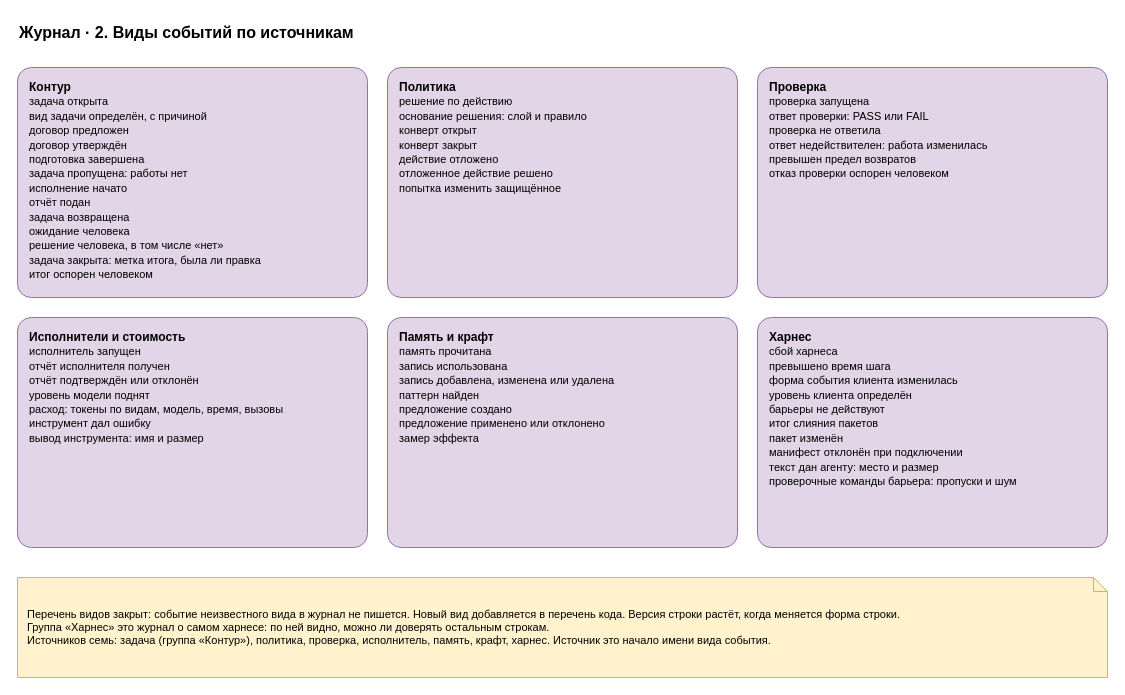
Above: page "2. Виды событий" (2 of 6) of docs/spec/harness-journal.drawio in roygkov/reins (draw.io), before the change. Source tidied: cells renumbered, new cells numbered last; positions are measured from the earlier drawing's top-left corner, leaving out a move shared by most shapes. Both pictures are drawn from the tidied source at 100%, with x=0, y=0 at pixel (17, 17).
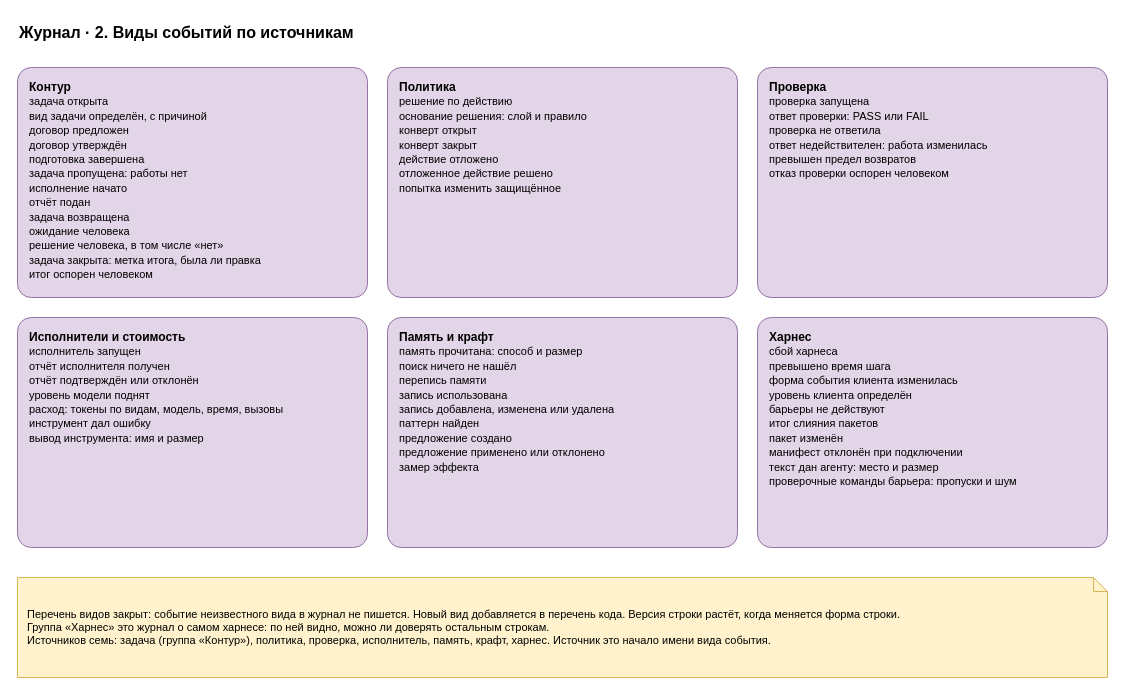
Above is the later version.

What changed in the source:
```diff
@@
 <mxGraphModel>
   <root>
     <mxCell id="0" />
     <mxCell id="1" parent="0" />
     <mxCell id="2" value="Журнал · 2. Виды событий по источникам" style="text;html=1;align=left;verticalAlign=middle;whiteSpace=wrap;fontSize=16;strokeColor=none;fillColor=none;fontStyle=1;" parent="1" vertex="1">
       <mxGeometry width="900" height="30" as="geometry" />
     </mxCell>
     <mxCell id="3" value="&lt;b&gt;Контур&lt;/b&gt;&lt;br&gt;&lt;font style=&quot;font-size:11px&quot;&gt;задача открыта&lt;br&gt;вид задачи определён, с причиной&lt;br&gt;договор предложен&lt;br&gt;договор утверждён&lt;br&gt;подготовка завершена&lt;br&gt;задача пропущена: работы нет&lt;br&gt;исполнение начато&lt;br&gt;отчёт подан&lt;br&gt;задача возвращена&lt;br&gt;ожидание человека&lt;br&gt;решение человека, в том числе «нет»&lt;br&gt;задача закрыта: метка итога, была ли правка&lt;br&gt;итог оспорен человеком&lt;/font&gt;" style="rounded=1;whiteSpace=wrap;html=1;fillColor=#e1d5e7;strokeColor=#9673a6;arcSize=6;align=left;verticalAlign=top;spacingLeft=10;spacingTop=6;spacingRight=6;" parent="1" vertex="1">
       <mxGeometry y="50" width="350" height="230" as="geometry" />
     </mxCell>
     <mxCell id="4" value="&lt;b&gt;Политика&lt;/b&gt;&lt;br&gt;&lt;font style=&quot;font-size:11px&quot;&gt;решение по действию&lt;br&gt;основание решения: слой и правило&lt;br&gt;конверт открыт&lt;br&gt;конверт закрыт&lt;br&gt;действие отложено&lt;br&gt;отложенное действие решено&lt;br&gt;попытка изменить защищённое&lt;/font&gt;" style="rounded=1;whiteSpace=wrap;html=1;fillColor=#e1d5e7;strokeColor=#9673a6;arcSize=6;align=left;verticalAlign=top;spacingLeft=10;spacingTop=6;spacingRight=6;" parent="1" vertex="1">
       <mxGeometry x="370" y="50" width="350" height="230" as="geometry" />
     </mxCell>
     <mxCell id="5" value="&lt;b&gt;Проверка&lt;/b&gt;&lt;br&gt;&lt;font style=&quot;font-size:11px&quot;&gt;проверка запущена&lt;br&gt;ответ проверки: PASS или FAIL&lt;br&gt;проверка не ответила&lt;br&gt;ответ недействителен: работа изменилась&lt;br&gt;превышен предел возвратов&lt;br&gt;отказ проверки оспорен человеком&lt;/font&gt;" style="rounded=1;whiteSpace=wrap;html=1;fillColor=#e1d5e7;strokeColor=#9673a6;arcSize=6;align=left;verticalAlign=top;spacingLeft=10;spacingTop=6;spacingRight=6;" parent="1" vertex="1">
       <mxGeometry x="740" y="50" width="350" height="230" as="geometry" />
     </mxCell>
     <mxCell id="6" value="&lt;b&gt;Исполнители и стоимость&lt;/b&gt;&lt;br&gt;&lt;font style=&quot;font-size:11px&quot;&gt;исполнитель запущен&lt;br&gt;отчёт исполнителя получен&lt;br&gt;отчёт подтверждён или отклонён&lt;br&gt;уровень модели поднят&lt;br&gt;расход: токены по видам, модель, время, вызовы&lt;br&gt;инструмент дал ошибку&lt;br&gt;вывод инструмента: имя и размер&lt;/font&gt;" style="rounded=1;whiteSpace=wrap;html=1;fillColor=#e1d5e7;strokeColor=#9673a6;arcSize=6;align=left;verticalAlign=top;spacingLeft=10;spacingTop=6;spacingRight=6;" parent="1" vertex="1">
       <mxGeometry y="300" width="350" height="230" as="geometry" />
     </mxCell>
-    <mxCell id="7" value="&lt;b&gt;Память и крафт&lt;/b&gt;&lt;br&gt;&lt;font style=&quot;font-size:11px&quot;&gt;память прочитана&lt;br&gt;запись использована&lt;br&gt;запись добавлена, изменена или удалена&lt;br&gt;паттерн найден&lt;br&gt;предложение создано&lt;br&gt;предложение применено или отклонено&lt;br&gt;замер эффекта&lt;/font&gt;" style="rounded=1;whiteSpace=wrap;html=1;fillColor=#e1d5e7;strokeColor=#9673a6;arcSize=6;align=left;verticalAlign=top;spacingLeft=10;spacingTop=6;spacingRight=6;" parent="1" vertex="1">
+    <mxCell id="7" value="&lt;b&gt;Память и крафт&lt;/b&gt;&lt;br&gt;&lt;font style=&quot;font-size:11px&quot;&gt;память прочитана: способ и размер&lt;br&gt;поиск ничего не нашёл&lt;br&gt;перепись памяти&lt;br&gt;запись использована&lt;br&gt;запись добавлена, изменена или удалена&lt;br&gt;паттерн найден&lt;br&gt;предложение создано&lt;br&gt;предложение применено или отклонено&lt;br&gt;замер эффекта&lt;/font&gt;" style="rounded=1;whiteSpace=wrap;html=1;fillColor=#e1d5e7;strokeColor=#9673a6;arcSize=6;align=left;verticalAlign=top;spacingLeft=10;spacingTop=6;spacingRight=6;" parent="1" vertex="1">
       <mxGeometry x="370" y="300" width="350" height="230" as="geometry" />
     </mxCell>
     <mxCell id="8" value="&lt;b&gt;Харнес&lt;/b&gt;&lt;br&gt;&lt;font style=&quot;font-size:11px&quot;&gt;сбой харнеса&lt;br&gt;превышено время шага&lt;br&gt;форма события клиента изменилась&lt;br&gt;уровень клиента определён&lt;br&gt;барьеры не действуют&lt;br&gt;итог слияния пакетов&lt;br&gt;пакет изменён&lt;br&gt;манифест отклонён при подключении&lt;br&gt;текст дан агенту: место и размер&lt;br&gt;проверочные команды барьера: пропуски и шум&lt;/font&gt;" style="rounded=1;whiteSpace=wrap;html=1;fillColor=#e1d5e7;strokeColor=#9673a6;arcSize=6;align=left;verticalAlign=top;spacingLeft=10;spacingTop=6;spacingRight=6;" parent="1" vertex="1">
       <mxGeometry x="740" y="300" width="350" height="230" as="geometry" />
     </mxCell>
     <mxCell id="9" value="Перечень видов закрыт: событие неизвестного вида в журнал не пишется. Новый вид добавляется в перечень кода. Версия строки растёт, когда меняется форма строки.&lt;br&gt;Группа «Харнес» это журнал о самом харнесе: по ней видно, можно ли доверять остальным строкам.&lt;br&gt;Источников семь: задача (группа «Контур»), политика, проверка, исполнитель, память, крафт, харнес. Источник это начало имени вида события." style="shape=note;whiteSpace=wrap;html=1;backgroundOutline=1;size=14;fillColor=#fff2cc;strokeColor=#d6b656;align=left;spacingLeft=8;spacingRight=8;fontSize=11;" parent="1" vertex="1">
       <mxGeometry y="560" width="1090" height="100" as="geometry" />
     </mxCell>
   </root>
 </mxGraphModel>
```
